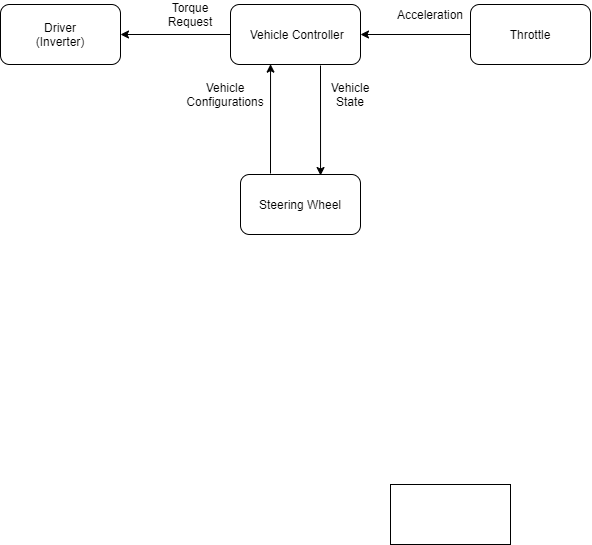
The draw.io diagram Detailed Diagram.png in Mostafa1Mahmoud/FlowChartofCarControlingSystem, before a commit. Source tidied: cells renumbered, new cells last; positions are measured from the earlier drawing's top-left corner, leaving out a move shared by most shapes.
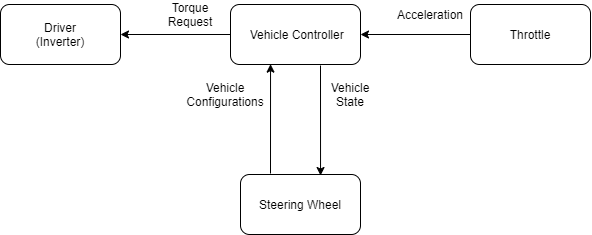
The same file after the commit.

Diff of the diagram source:
```diff
@@ -44,9 +44,6 @@
     <mxCell id="13" value="Vehicle&lt;br&gt;State" style="text;html=1;strokeColor=none;fillColor=none;align=center;verticalAlign=middle;whiteSpace=wrap;rounded=0;" parent="1" vertex="1">
       <mxGeometry x="330" y="80" width="40" height="20" as="geometry" />
     </mxCell>
-    <mxCell id="14" style="rounded=0;whiteSpace=wrap;html=1;" parent="1" vertex="1">
-      <mxGeometry x="390" y="480" width="120" height="60" as="geometry" />
-    </mxCell>
     <mxCell id="15" style="rounded=1;whiteSpace=wrap;html=1;" parent="1" vertex="1">
       <mxGeometry width="120" height="60" as="geometry" />
     </mxCell>
```
